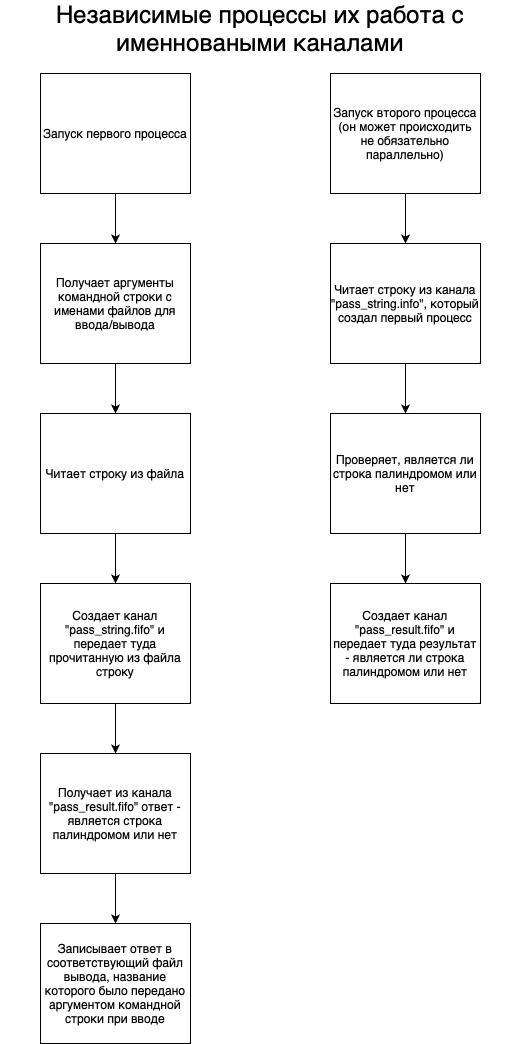
Before: src/os/os_individual_hw/hw1/Схема.png, a diagram exported from draw.io (len4ass/avs). Source tidied: cells renumbered, new cells last; positions are measured from the earlier drawing's top-left corner, leaving out a move shared by most shapes. Its diagram source:
```xml
<mxGraphModel>
  <root>
    <mxCell id="0" />
    <mxCell id="1" parent="0" />
    <mxCell id="2" style="edgeStyle=orthogonalEdgeStyle;rounded=0;jettySize=auto;html=1;exitX=0.5;exitY=1;exitDx=0;exitDy=0;" parent="1" edge="1" source="4">
      <mxGeometry relative="1" as="geometry">
        <mxPoint x="115" y="300" as="targetPoint" />
      </mxGeometry>
    </mxCell>
    <mxCell id="3" style="edgeStyle=none;rounded=0;jettySize=auto;html=1;exitX=0.5;exitY=1;exitDx=0;exitDy=0;entryX=0.5;entryY=0;entryDx=0;entryDy=0;" parent="1" edge="1" source="4" target="6">
      <mxGeometry relative="1" as="geometry" />
    </mxCell>
    <mxCell id="4" value="Запуск первого процесса" style="rounded=0;whiteSpace=wrap;html=1;" parent="1" vertex="1">
      <mxGeometry x="40" y="70" width="150" height="120" as="geometry" />
    </mxCell>
    <mxCell id="5" style="edgeStyle=none;rounded=0;jettySize=auto;html=1;exitX=0.5;exitY=1;exitDx=0;exitDy=0;entryX=0.5;entryY=0;entryDx=0;entryDy=0;" parent="1" edge="1" source="6" target="8">
      <mxGeometry relative="1" as="geometry" />
    </mxCell>
    <mxCell id="6" value="Получает аргументы командной строки с именами файлов для ввода/вывода" style="rounded=0;whiteSpace=wrap;html=1;" parent="1" vertex="1">
      <mxGeometry x="40" y="240" width="150" height="120" as="geometry" />
    </mxCell>
    <mxCell id="7" style="edgeStyle=none;rounded=0;jettySize=auto;html=1;exitX=0.5;exitY=1;exitDx=0;exitDy=0;entryX=0.5;entryY=0;entryDx=0;entryDy=0;fontSize=24;" parent="1" edge="1" source="8" target="11">
      <mxGeometry relative="1" as="geometry" />
    </mxCell>
    <mxCell id="8" value="Читает строку из файла" style="rounded=0;whiteSpace=wrap;html=1;" parent="1" vertex="1">
      <mxGeometry x="40" y="410" width="150" height="120" as="geometry" />
    </mxCell>
    <mxCell id="9" value="&lt;font style=&quot;font-size: 24px;&quot;&gt;Независимые процессы их работа с именноваными каналами&lt;/font&gt;" style="text;html=1;strokeColor=none;fillColor=none;align=center;verticalAlign=middle;whiteSpace=wrap;rounded=0;" parent="1" vertex="1">
      <mxGeometry width="520" height="50" as="geometry" />
    </mxCell>
    <mxCell id="10" style="edgeStyle=none;rounded=0;jettySize=auto;html=1;exitX=0.5;exitY=1;exitDx=0;exitDy=0;entryX=0.5;entryY=0;entryDx=0;entryDy=0;fontSize=24;" parent="1" edge="1" source="11" target="13">
      <mxGeometry relative="1" as="geometry" />
    </mxCell>
    <mxCell id="11" value="Создает канал &quot;pass_string.fifo&quot; и передает туда прочитанную из файла строку" style="rounded=0;whiteSpace=wrap;html=1;" parent="1" vertex="1">
      <mxGeometry x="40" y="580" width="150" height="120" as="geometry" />
    </mxCell>
    <mxCell id="12" style="edgeStyle=none;rounded=0;jettySize=auto;html=1;exitX=0.5;exitY=1;exitDx=0;exitDy=0;fontSize=24;" parent="1" edge="1" source="13" target="14">
      <mxGeometry relative="1" as="geometry" />
    </mxCell>
    <mxCell id="13" value="Получает из канала &quot;pass_result.fifo&quot; ответ - является строка палиндромом или нет" style="rounded=0;whiteSpace=wrap;html=1;" parent="1" vertex="1">
      <mxGeometry x="40" y="750" width="150" height="120" as="geometry" />
    </mxCell>
    <mxCell id="14" value="Записывает ответ в соответствующий файл вывода, название которого было передано аргументом командной строки при вводе" style="rounded=0;whiteSpace=wrap;html=1;" parent="1" vertex="1">
      <mxGeometry x="40" y="920" width="150" height="120" as="geometry" />
    </mxCell>
    <mxCell id="15" style="rounded=0;jettySize=auto;html=1;exitX=0.5;exitY=1;exitDx=0;exitDy=0;entryX=0.5;entryY=0;entryDx=0;entryDy=0;fontSize=24;" parent="1" edge="1" source="16" target="18">
      <mxGeometry relative="1" as="geometry" />
    </mxCell>
    <mxCell id="16" value="Запуск второго процесса&lt;br&gt;(он может происходить не обязательно параллельно)" style="rounded=0;whiteSpace=wrap;html=1;" parent="1" vertex="1">
      <mxGeometry x="330" y="70" width="150" height="120" as="geometry" />
    </mxCell>
    <mxCell id="17" style="edgeStyle=none;rounded=0;jettySize=auto;html=1;entryX=0.5;entryY=0;entryDx=0;entryDy=0;fontSize=24;" parent="1" edge="1" source="18" target="20">
      <mxGeometry relative="1" as="geometry" />
    </mxCell>
    <mxCell id="18" value="Читает строку из канала &quot;pass_string.info&quot;, который создал первый процесс" style="rounded=0;whiteSpace=wrap;html=1;" parent="1" vertex="1">
      <mxGeometry x="330" y="240" width="150" height="120" as="geometry" />
    </mxCell>
    <mxCell id="19" style="edgeStyle=none;rounded=0;jettySize=auto;html=1;exitX=0.5;exitY=1;exitDx=0;exitDy=0;entryX=0.5;entryY=0;entryDx=0;entryDy=0;fontSize=24;" parent="1" edge="1" source="20" target="21">
      <mxGeometry relative="1" as="geometry" />
    </mxCell>
    <mxCell id="20" value="Проверяет, является ли строка палиндромом или нет" style="rounded=0;whiteSpace=wrap;html=1;" parent="1" vertex="1">
      <mxGeometry x="330" y="410" width="150" height="120" as="geometry" />
    </mxCell>
    <mxCell id="21" value="Создает канал &quot;pass_result.fifo&quot; и передает туда результат - является ли строка палиндромом или нет" style="rounded=0;whiteSpace=wrap;html=1;" parent="1" vertex="1">
      <mxGeometry x="330" y="580" width="150" height="120" as="geometry" />
    </mxCell>
  </root>
</mxGraphModel>
```
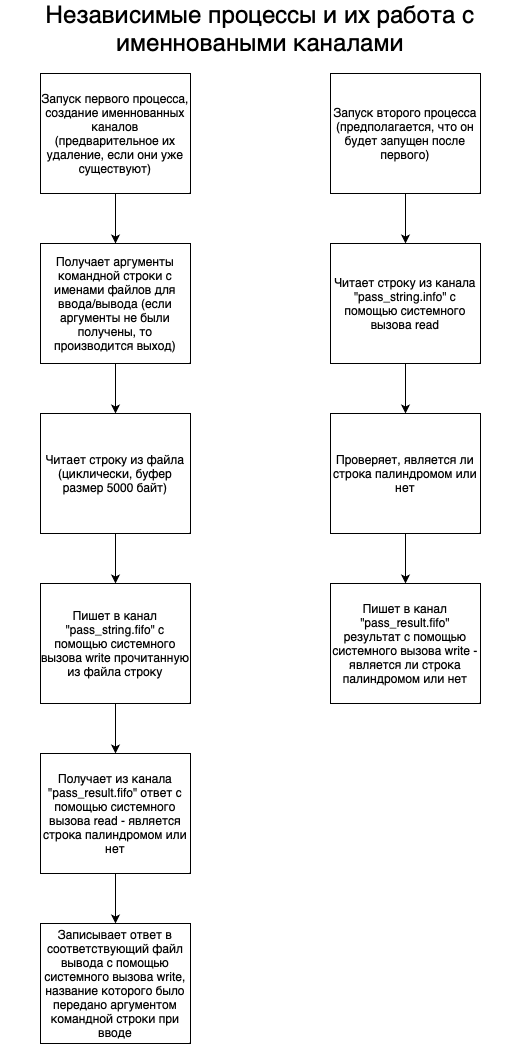
The same diagram one commit later.

What changed in the source:
```diff
@@ -1,4 +1,4 @@
-<mxGraphModel>
+<mxGraphModel background="#ffffff">
   <root>
     <mxCell id="0" />
     <mxCell id="1" parent="0" />
@@ -10,49 +10,49 @@
     <mxCell id="3" style="edgeStyle=none;rounded=0;jettySize=auto;html=1;exitX=0.5;exitY=1;exitDx=0;exitDy=0;entryX=0.5;entryY=0;entryDx=0;entryDy=0;" parent="1" edge="1" source="4" target="6">
       <mxGeometry relative="1" as="geometry" />
     </mxCell>
-    <mxCell id="4" value="Запуск первого процесса" style="rounded=0;whiteSpace=wrap;html=1;" parent="1" vertex="1">
+    <mxCell id="4" value="Запуск первого процесса, создание именнованных каналов (предварительное их удаление, если они уже существуют)" style="rounded=0;whiteSpace=wrap;html=1;" parent="1" vertex="1">
       <mxGeometry x="40" y="70" width="150" height="120" as="geometry" />
     </mxCell>
     <mxCell id="5" style="edgeStyle=none;rounded=0;jettySize=auto;html=1;exitX=0.5;exitY=1;exitDx=0;exitDy=0;entryX=0.5;entryY=0;entryDx=0;entryDy=0;" parent="1" edge="1" source="6" target="8">
       <mxGeometry relative="1" as="geometry" />
     </mxCell>
-    <mxCell id="6" value="Получает аргументы командной строки с именами файлов для ввода/вывода" style="rounded=0;whiteSpace=wrap;html=1;" parent="1" vertex="1">
+    <mxCell id="6" value="Получает аргументы командной строки с именами файлов для ввода/вывода (если аргументы не были получены, то производится выход)" style="rounded=0;whiteSpace=wrap;html=1;" parent="1" vertex="1">
       <mxGeometry x="40" y="240" width="150" height="120" as="geometry" />
     </mxCell>
     <mxCell id="7" style="edgeStyle=none;rounded=0;jettySize=auto;html=1;exitX=0.5;exitY=1;exitDx=0;exitDy=0;entryX=0.5;entryY=0;entryDx=0;entryDy=0;fontSize=24;" parent="1" edge="1" source="8" target="11">
       <mxGeometry relative="1" as="geometry" />
     </mxCell>
-    <mxCell id="8" value="Читает строку из файла" style="rounded=0;whiteSpace=wrap;html=1;" parent="1" vertex="1">
+    <mxCell id="8" value="Читает строку из файла (циклически, буфер размер 5000 байт)" style="rounded=0;whiteSpace=wrap;html=1;" parent="1" vertex="1">
       <mxGeometry x="40" y="410" width="150" height="120" as="geometry" />
     </mxCell>
-    <mxCell id="9" value="&lt;font style=&quot;font-size: 24px;&quot;&gt;Независимые процессы их работа с именноваными каналами&lt;/font&gt;" style="text;html=1;strokeColor=none;fillColor=none;align=center;verticalAlign=middle;whiteSpace=wrap;rounded=0;" parent="1" vertex="1">
+    <mxCell id="9" value="&lt;font style=&quot;font-size: 24px;&quot;&gt;Независимые процессы и их работа с именноваными каналами&lt;/font&gt;" style="text;html=1;strokeColor=none;fillColor=none;align=center;verticalAlign=middle;whiteSpace=wrap;rounded=0;" parent="1" vertex="1">
       <mxGeometry width="520" height="50" as="geometry" />
     </mxCell>
     <mxCell id="10" style="edgeStyle=none;rounded=0;jettySize=auto;html=1;exitX=0.5;exitY=1;exitDx=0;exitDy=0;entryX=0.5;entryY=0;entryDx=0;entryDy=0;fontSize=24;" parent="1" edge="1" source="11" target="13">
       <mxGeometry relative="1" as="geometry" />
     </mxCell>
-    <mxCell id="11" value="Создает канал &quot;pass_string.fifo&quot; и передает туда прочитанную из файла строку" style="rounded=0;whiteSpace=wrap;html=1;" parent="1" vertex="1">
+    <mxCell id="11" value="Пишет в канал &quot;pass_string.fifo&quot; с помощью системного вызова write прочитанную из файла строку" style="rounded=0;whiteSpace=wrap;html=1;" parent="1" vertex="1">
       <mxGeometry x="40" y="580" width="150" height="120" as="geometry" />
     </mxCell>
     <mxCell id="12" style="edgeStyle=none;rounded=0;jettySize=auto;html=1;exitX=0.5;exitY=1;exitDx=0;exitDy=0;fontSize=24;" parent="1" edge="1" source="13" target="14">
       <mxGeometry relative="1" as="geometry" />
     </mxCell>
-    <mxCell id="13" value="Получает из канала &quot;pass_result.fifo&quot; ответ - является строка палиндромом или нет" style="rounded=0;whiteSpace=wrap;html=1;" parent="1" vertex="1">
+    <mxCell id="13" value="Получает из канала &quot;pass_result.fifo&quot; ответ c помощью системного вызова read - является строка палиндромом или нет" style="rounded=0;whiteSpace=wrap;html=1;" parent="1" vertex="1">
       <mxGeometry x="40" y="750" width="150" height="120" as="geometry" />
     </mxCell>
-    <mxCell id="14" value="Записывает ответ в соответствующий файл вывода, название которого было передано аргументом командной строки при вводе" style="rounded=0;whiteSpace=wrap;html=1;" parent="1" vertex="1">
+    <mxCell id="14" value="Записывает ответ в соответствующий файл вывода с помощью системного вызова write, название которого было передано аргументом командной строки при вводе" style="rounded=0;whiteSpace=wrap;html=1;" parent="1" vertex="1">
       <mxGeometry x="40" y="920" width="150" height="120" as="geometry" />
     </mxCell>
     <mxCell id="15" style="rounded=0;jettySize=auto;html=1;exitX=0.5;exitY=1;exitDx=0;exitDy=0;entryX=0.5;entryY=0;entryDx=0;entryDy=0;fontSize=24;" parent="1" edge="1" source="16" target="18">
       <mxGeometry relative="1" as="geometry" />
     </mxCell>
-    <mxCell id="16" value="Запуск второго процесса&lt;br&gt;(он может происходить не обязательно параллельно)" style="rounded=0;whiteSpace=wrap;html=1;" parent="1" vertex="1">
+    <mxCell id="16" value="Запуск второго процесса&lt;br&gt;(предполагается, что он будет запущен после первого)" style="rounded=0;whiteSpace=wrap;html=1;" parent="1" vertex="1">
       <mxGeometry x="330" y="70" width="150" height="120" as="geometry" />
     </mxCell>
     <mxCell id="17" style="edgeStyle=none;rounded=0;jettySize=auto;html=1;entryX=0.5;entryY=0;entryDx=0;entryDy=0;fontSize=24;" parent="1" edge="1" source="18" target="20">
       <mxGeometry relative="1" as="geometry" />
     </mxCell>
-    <mxCell id="18" value="Читает строку из канала &quot;pass_string.info&quot;, который создал первый процесс" style="rounded=0;whiteSpace=wrap;html=1;" parent="1" vertex="1">
+    <mxCell id="18" value="Читает строку из канала &quot;pass_string.info&quot; с помощью системного вызова read" style="rounded=0;whiteSpace=wrap;html=1;" parent="1" vertex="1">
       <mxGeometry x="330" y="240" width="150" height="120" as="geometry" />
     </mxCell>
     <mxCell id="19" style="edgeStyle=none;rounded=0;jettySize=auto;html=1;exitX=0.5;exitY=1;exitDx=0;exitDy=0;entryX=0.5;entryY=0;entryDx=0;entryDy=0;fontSize=24;" parent="1" edge="1" source="20" target="21">
@@ -61,7 +61,7 @@
     <mxCell id="20" value="Проверяет, является ли строка палиндромом или нет" style="rounded=0;whiteSpace=wrap;html=1;" parent="1" vertex="1">
       <mxGeometry x="330" y="410" width="150" height="120" as="geometry" />
     </mxCell>
-    <mxCell id="21" value="Создает канал &quot;pass_result.fifo&quot; и передает туда результат - является ли строка палиндромом или нет" style="rounded=0;whiteSpace=wrap;html=1;" parent="1" vertex="1">
+    <mxCell id="21" value="Пишет в канал &quot;pass_result.fifo&quot; результат с помощью системного вызова write - является ли строка палиндромом или нет" style="rounded=0;whiteSpace=wrap;html=1;" parent="1" vertex="1">
       <mxGeometry x="330" y="580" width="150" height="120" as="geometry" />
     </mxCell>
   </root>
```
